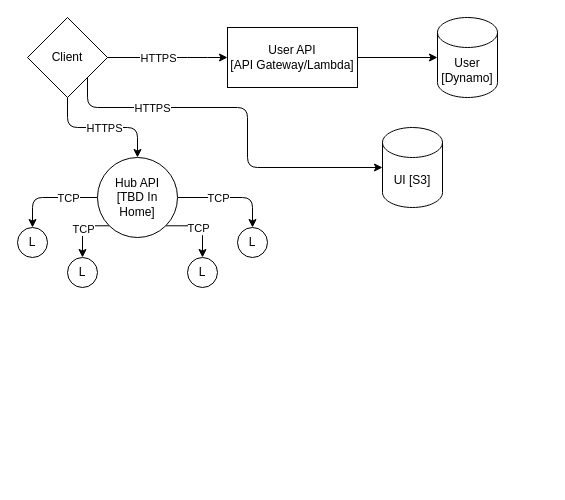
Earlier version of the draw.io diagram page "Page-2" (2 of 2) of light/Untitled.drawio (pbivrell/lights). Source tidied: cells renumbered, new cells numbered last; positions are measured from the earlier drawing's top-left corner, leaving out a move shared by most shapes. Both pictures are drawn from the tidied source at 100%, with x=0, y=0 at pixel (17, 17).
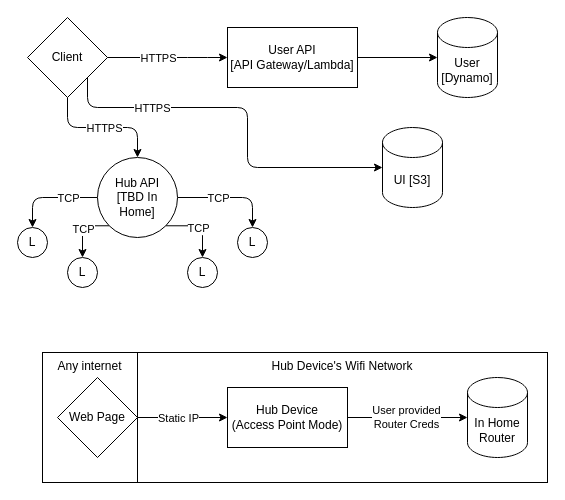
The same diagram, later.

Diff of the diagram source:
```diff
@@
+    <mxCell id="26" value="Any internet" style="rounded=0;whiteSpace=wrap;html=1;verticalAlign=top;" parent="1" vertex="1">
+      <mxGeometry x="25" y="335" width="95" height="130" as="geometry" />
+    </mxCell>
+    <mxCell id="27" value="Hub Device's Wifi Network" style="rounded=0;whiteSpace=wrap;html=1;verticalAlign=top;" parent="1" vertex="1">
+      <mxGeometry x="120" y="335" width="410" height="130" as="geometry" />
+    </mxCell>
@@
+    <mxCell id="28" style="edgeStyle=orthogonalEdgeStyle;rounded=1;jettySize=auto;html=1;exitX=1;exitY=0.5;exitDx=0;exitDy=0;entryX=0;entryY=0.5;entryDx=0;entryDy=0;entryPerimeter=0;" parent="1" edge="1" source="30" target="31">
+      <mxGeometry relative="1" as="geometry" />
+    </mxCell>
+    <mxCell id="29" value="User provided&lt;br&gt;Router Creds" style="edgeLabel;html=1;align=center;verticalAlign=middle;" parent="28" vertex="1">
+      <mxGeometry x="-0.03" y="1" relative="1" as="geometry" />
+    </mxCell>
+    <mxCell id="30" value="Hub Device&lt;br&gt;(Access Point Mode)" style="rounded=0;whiteSpace=wrap;html=1;" parent="1" vertex="1">
+      <mxGeometry x="210" y="370" width="120" height="60" as="geometry" />
+    </mxCell>
+    <mxCell id="31" value="In Home Router" style="shape=cylinder3;whiteSpace=wrap;html=1;boundedLbl=1;backgroundOutline=1;size=15;" parent="1" vertex="1">
+      <mxGeometry x="450" y="360" width="60" height="80" as="geometry" />
+    </mxCell>
+    <mxCell id="32" style="edgeStyle=orthogonalEdgeStyle;rounded=1;jettySize=auto;html=1;exitX=1;exitY=0.5;exitDx=0;exitDy=0;entryX=0;entryY=0.5;entryDx=0;entryDy=0;" parent="1" edge="1" source="34" target="30">
+      <mxGeometry relative="1" as="geometry" />
+    </mxCell>
+    <mxCell id="33" value="Static IP" style="edgeLabel;html=1;align=center;verticalAlign=middle;" parent="32" vertex="1">
+      <mxGeometry x="-0.36" y="-1" relative="1" as="geometry">
+        <mxPoint x="11" y="-1" as="offset" />
+      </mxGeometry>
+    </mxCell>
+    <mxCell id="34" value="Web Page" style="rhombus;whiteSpace=wrap;html=1;" parent="1" vertex="1">
+      <mxGeometry x="40" y="360" width="80" height="80" as="geometry" />
+    </mxCell>
```
